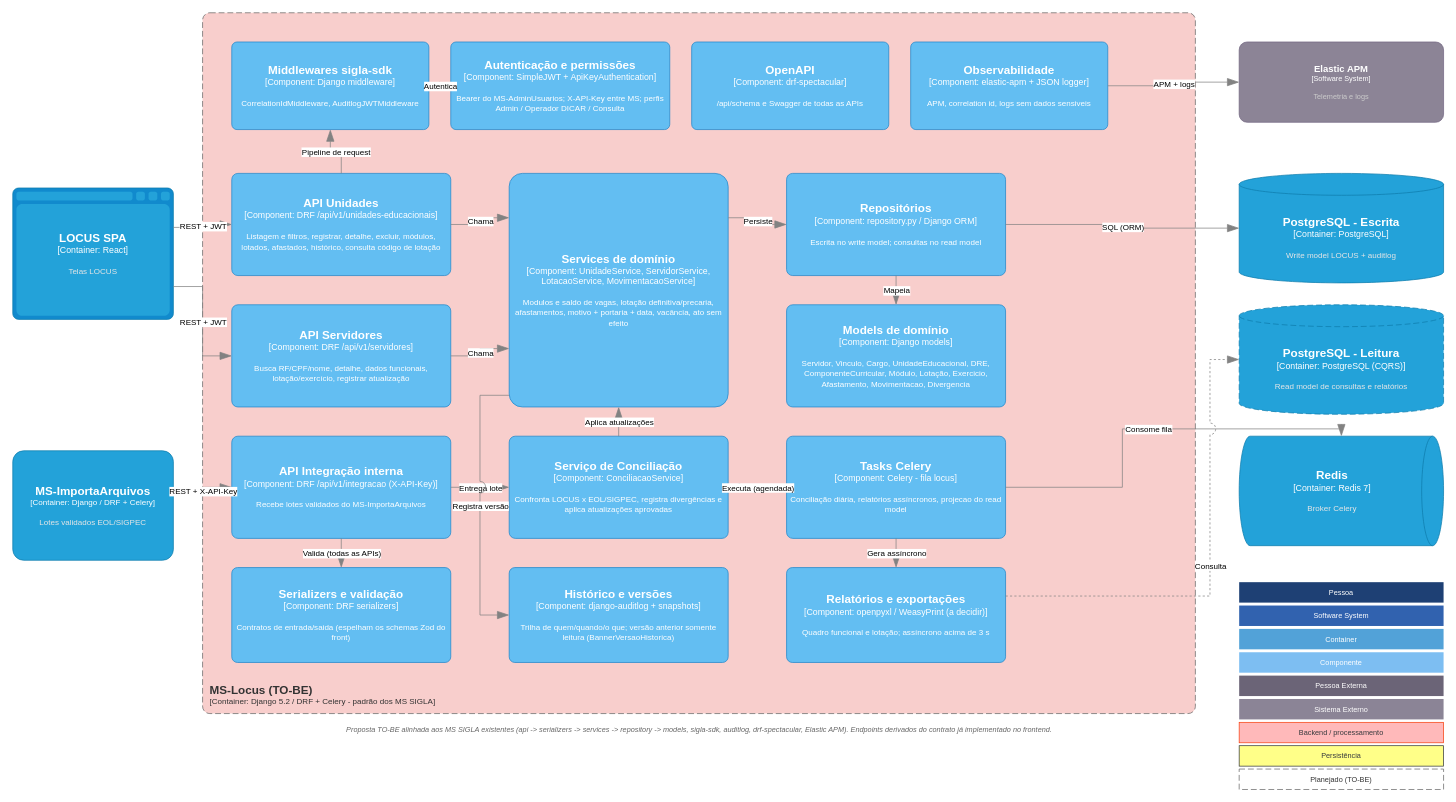
Before: page "C3 - Componentes MS-Locus (TO-BE)" (4 of 15) of Locus/diagramas/assets/ARQUITETURA - LOCUS - C4.drawio in ronaldorobledo1902/SIGLA, a draw.io diagram. Source tidied: cells renumbered, new cells numbered last; positions are measured from the earlier drawing's top-left corner, leaving out a move shared by most shapes. Both pictures are drawn from the tidied source at 73%, with x=0, y=0 at pixel (12, 12).
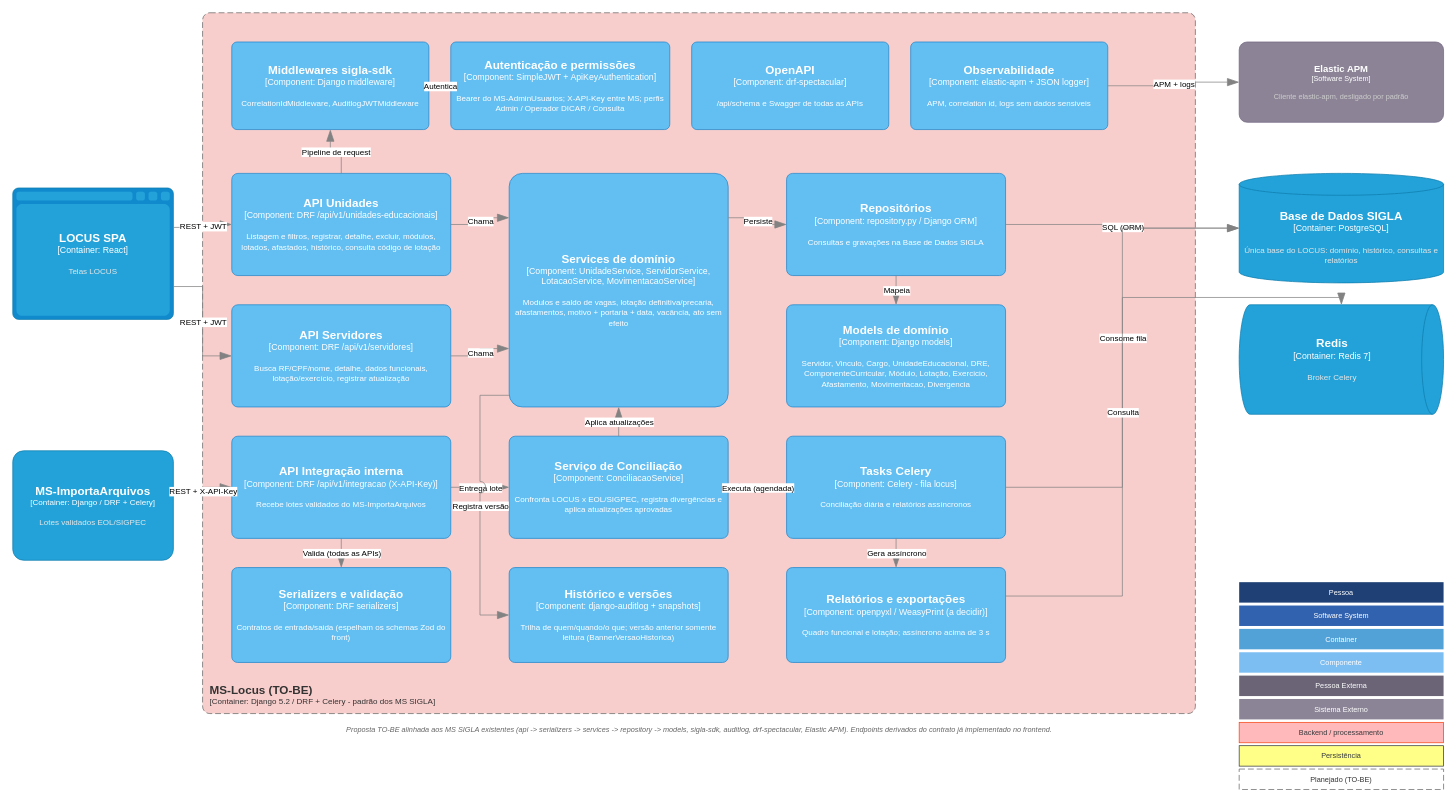
The same diagram, later.

Unchanged cells that the change refers to:
```xml
<object id="19" label="&lt;font style=&quot;font-size: 16px&quot;&gt;&lt;b&gt;%c4Name%&lt;/b&gt;&lt;/font&gt;&lt;div&gt;[%c4Type%: %c4Technology%]&lt;/div&gt;&lt;br&gt;&lt;div&gt;&lt;font style=&quot;font-size: 11px&quot;&gt;%c4Description%&lt;/font&gt;&lt;/div&gt;" c4Description="Quadro funcional e lotação; assíncrono acima de 3 s" c4Name="Relatórios e exportações" c4Technology="openpyxl / WeasyPrint (a decidir)" c4Type="Component" placeholders="1">
  <mxCell style="rounded=1;whiteSpace=wrap;html=1;labelBackgroundColor=none;fillColor=#63BEF2;fontColor=#ffffff;align=center;arcSize=6;strokeColor=#2086C9;points=[[0.25,0,0],[0.5,0,0],[0.75,0,0],[1,0.25,0],[1,0.5,0],[1,0.75,0],[0.75,1,0],[0.5,1,0],[0.25,1,0],[0,0.75,0],[0,0.5,0],[0,0.25,0]];" parent="1" vertex="1">
    <mxGeometry x="1060" y="760" width="300" height="130" as="geometry" />
  </mxCell>
</object>
```

The edit, as a diff of the source:
```diff
@@
-    <object id="16" label="&lt;font style=&quot;font-size: 16px&quot;&gt;&lt;b&gt;%c4Name%&lt;/b&gt;&lt;/font&gt;&lt;div&gt;[%c4Type%: %c4Technology%]&lt;/div&gt;&lt;br&gt;&lt;div&gt;&lt;font style=&quot;font-size: 11px&quot;&gt;%c4Description%&lt;/font&gt;&lt;/div&gt;" c4Description="Escrita no write model; consultas no read model" c4Name="Repositórios" c4Technology="repository.py / Django ORM" c4Type="Component" placeholders="1">
+    <object id="16" label="&lt;font style=&quot;font-size: 16px&quot;&gt;&lt;b&gt;%c4Name%&lt;/b&gt;&lt;/font&gt;&lt;div&gt;[%c4Type%: %c4Technology%]&lt;/div&gt;&lt;br&gt;&lt;div&gt;&lt;font style=&quot;font-size: 11px&quot;&gt;%c4Description%&lt;/font&gt;&lt;/div&gt;" c4Description="Consultas e gravações na Base de Dados SIGLA" c4Name="Repositórios" c4Technology="repository.py / Django ORM" c4Type="Component" placeholders="1">
       <mxCell style="rounded=1;whiteSpace=wrap;html=1;labelBackgroundColor=none;fillColor=#63BEF2;fontColor=#ffffff;align=center;arcSize=6;strokeColor=#2086C9;points=[[0.25,0,0],[0.5,0,0],[0.75,0,0],[1,0.25,0],[1,0.5,0],[1,0.75,0],[0.75,1,0],[0.5,1,0],[0.25,1,0],[0,0.75,0],[0,0.5,0],[0,0.25,0]];" parent="1" vertex="1">
         <mxGeometry x="1060" y="220" width="300" height="140" as="geometry" />
       </mxCell>
     </object>
@@
-    <object id="18" label="&lt;font style=&quot;font-size: 16px&quot;&gt;&lt;b&gt;%c4Name%&lt;/b&gt;&lt;/font&gt;&lt;div&gt;[%c4Type%: %c4Technology%]&lt;/div&gt;&lt;br&gt;&lt;div&gt;&lt;font style=&quot;font-size: 11px&quot;&gt;%c4Description%&lt;/font&gt;&lt;/div&gt;" c4Description="Conciliação diária, relatórios assíncronos, projecao do read model" c4Name="Tasks Celery" c4Technology="Celery - fila locus" c4Type="Component" placeholders="1">
+    <object id="18" label="&lt;font style=&quot;font-size: 16px&quot;&gt;&lt;b&gt;%c4Name%&lt;/b&gt;&lt;/font&gt;&lt;div&gt;[%c4Type%: %c4Technology%]&lt;/div&gt;&lt;br&gt;&lt;div&gt;&lt;font style=&quot;font-size: 11px&quot;&gt;%c4Description%&lt;/font&gt;&lt;/div&gt;" c4Description="Conciliação diária e relatórios assíncronos" c4Name="Tasks Celery" c4Technology="Celery - fila locus" c4Type="Component" placeholders="1">
       <mxCell style="rounded=1;whiteSpace=wrap;html=1;labelBackgroundColor=none;fillColor=#63BEF2;fontColor=#ffffff;align=center;arcSize=6;strokeColor=#2086C9;points=[[0.25,0,0],[0.5,0,0],[0.75,0,0],[1,0.25,0],[1,0.5,0],[1,0.75,0],[0.75,1,0],[0.5,1,0],[0.25,1,0],[0,0.75,0],[0,0.5,0],[0,0.25,0]];" parent="1" vertex="1">
         <mxGeometry x="1060" y="580" width="300" height="140" as="geometry" />
       </mxCell>
     </object>
@@
-    <mxCell id="20" value="&lt;b&gt;&lt;font style='font-size: 13px'&gt;Elastic APM&lt;/font&gt;&lt;/b&gt;&lt;div&gt;[Software System]&lt;/div&gt;&lt;br&gt;&lt;font color='#cccccc'&gt;Telemetria e logs&lt;/font&gt;" style="rounded=1;whiteSpace=wrap;html=1;fillColor=#8C8496;fontColor=#ffffff;align=center;arcSize=10;strokeColor=#736782;fontSize=10;" parent="1" vertex="1">
+    <mxCell id="20" value="&lt;b&gt;&lt;font style='font-size: 13px'&gt;Elastic APM&lt;/font&gt;&lt;/b&gt;&lt;div&gt;[Software System]&lt;/div&gt;&lt;br&gt;&lt;font color='#cccccc'&gt;Cliente elastic-apm, desligado por padrão&lt;/font&gt;" style="rounded=1;whiteSpace=wrap;html=1;fillColor=#8C8496;fontColor=#ffffff;align=center;arcSize=10;strokeColor=#736782;fontSize=10;" parent="1" vertex="1">
       <mxGeometry x="1680" y="40" width="280" height="110" as="geometry" />
     </mxCell>
-    <object id="21" label="&lt;font style=&quot;font-size: 16px&quot;&gt;&lt;b&gt;%c4Name%&lt;/b&gt;&lt;/font&gt;&lt;div&gt;[%c4Type%: %c4Technology%]&lt;/div&gt;&lt;br&gt;&lt;div&gt;&lt;font style=&quot;font-size: 11px&quot;&gt;&lt;font color=&quot;#E6E6E6&quot;&gt;%c4Description%&lt;/font&gt;&lt;/div&gt;" c4Description="Write model LOCUS + auditlog" c4Name="PostgreSQL - Escrita" c4Technology="PostgreSQL" c4Type="Container" placeholders="1">
+    <object id="21" label="&lt;font style=&quot;font-size: 16px&quot;&gt;&lt;b&gt;%c4Name%&lt;/b&gt;&lt;/font&gt;&lt;div&gt;[%c4Type%: %c4Technology%]&lt;/div&gt;&lt;br&gt;&lt;div&gt;&lt;font style=&quot;font-size: 11px&quot;&gt;&lt;font color=&quot;#E6E6E6&quot;&gt;%c4Description%&lt;/font&gt;&lt;/div&gt;" c4Description="Única base do LOCUS: domínio, histórico, consultas e relatórios" c4Name="Base de Dados SIGLA" c4Technology="PostgreSQL" c4Type="Container" placeholders="1">
       <mxCell style="shape=cylinder3;size=15;whiteSpace=wrap;html=1;boundedLbl=1;rounded=0;labelBackgroundColor=none;fillColor=#23A2D9;fontSize=12;fontColor=#ffffff;align=center;strokeColor=#0E7DAD;points=[[0.5,0,0],[1,0.25,0],[1,0.5,0],[1,0.75,0],[0.5,1,0],[0,0.75,0],[0,0.5,0],[0,0.25,0]];" parent="1" vertex="1">
         <mxGeometry x="1680" y="220" width="280" height="150" as="geometry" />
       </mxCell>
     </object>
-    <object id="22" label="&lt;font style=&quot;font-size: 16px&quot;&gt;&lt;b&gt;%c4Name%&lt;/b&gt;&lt;/font&gt;&lt;div&gt;[%c4Type%: %c4Technology%]&lt;/div&gt;&lt;br&gt;&lt;div&gt;&lt;font style=&quot;font-size: 11px&quot;&gt;&lt;font color=&quot;#E6E6E6&quot;&gt;%c4Description%&lt;/font&gt;&lt;/div&gt;" c4Description="Read model de consultas e relatórios" c4Name="PostgreSQL - Leitura" c4Technology="PostgreSQL (CQRS)" c4Type="Container" placeholders="1">
-      <mxCell style="shape=cylinder3;size=15;whiteSpace=wrap;html=1;boundedLbl=1;rounded=0;labelBackgroundColor=none;fillColor=#23A2D9;fontSize=12;fontColor=#ffffff;align=center;strokeColor=#0E7DAD;points=[[0.5,0,0],[1,0.25,0],[1,0.5,0],[1,0.75,0],[0.5,1,0],[0,0.75,0],[0,0.5,0],[0,0.25,0]];dashed=1;dashPattern=8 4;" parent="1" vertex="1">
-        <mxGeometry x="1680" y="400" width="280" height="150" as="geometry" />
-      </mxCell>
-    </object>
     <object id="23" label="&lt;font style=&quot;font-size: 16px&quot;&gt;&lt;b&gt;%c4Name%&lt;/b&gt;&lt;/font&gt;&lt;div&gt;[%c4Type%: %c4Technology%]&lt;/div&gt;&lt;br&gt;&lt;div&gt;&lt;font style=&quot;font-size: 11px&quot;&gt;&lt;font color=&quot;#E6E6E6&quot;&gt;%c4Description%&lt;/font&gt;&lt;/div&gt;" c4Description="Broker Celery" c4Name="Redis" c4Technology="Redis 7" c4Type="Container" placeholders="1">
       <mxCell style="shape=cylinder3;size=15;direction=south;whiteSpace=wrap;html=1;boundedLbl=1;rounded=0;labelBackgroundColor=none;fillColor=#23A2D9;fontSize=12;fontColor=#ffffff;align=center;strokeColor=#0E7DAD;points=[[0.5,0,0],[1,0.25,0],[1,0.5,0],[1,0.75,0],[0.5,1,0],[0,0.75,0],[0,0.5,0],[0,0.25,0]];" parent="1" vertex="1">
-        <mxGeometry x="1680" y="580" width="280" height="150" as="geometry" />
+        <mxGeometry x="1680" y="400" width="280" height="150" as="geometry" />
       </mxCell>
     </object>
@@
-    <mxCell id="60" style="endArrow=blockThin;html=1;fontSize=10;fontColor=#404040;strokeWidth=1;endFill=1;strokeColor=#828282;elbow=vertical;endSize=14;startSize=14;jumpStyle=arc;jumpSize=16;rounded=0;edgeStyle=orthogonalEdgeStyle;exitX=1;exitY=0.3;exitDx=0;exitDy=0;entryX=0;entryY=0.5;entryDx=0;entryDy=0;dashed=1;" parent="1" edge="1" source="19" target="22">
-      <mxGeometry relative="1" as="geometry">
-        <Array as="points">
-          <mxPoint x="1640" y="799" />
-          <mxPoint x="1640" y="475" />
-        </Array>
-      </mxGeometry>
+    <mxCell id="60" style="endArrow=blockThin;html=1;fontSize=10;fontColor=#404040;strokeWidth=1;endFill=1;strokeColor=#828282;elbow=vertical;endSize=14;startSize=14;jumpStyle=arc;jumpSize=16;rounded=0;edgeStyle=orthogonalEdgeStyle;exitX=1;exitY=0.3;exitDx=0;exitDy=0;entryX=0;entryY=0.5;entryDx=0;entryDy=0;" parent="1" edge="1" source="19" target="21">
+      <mxGeometry relative="1" as="geometry" />
     </mxCell>
```
